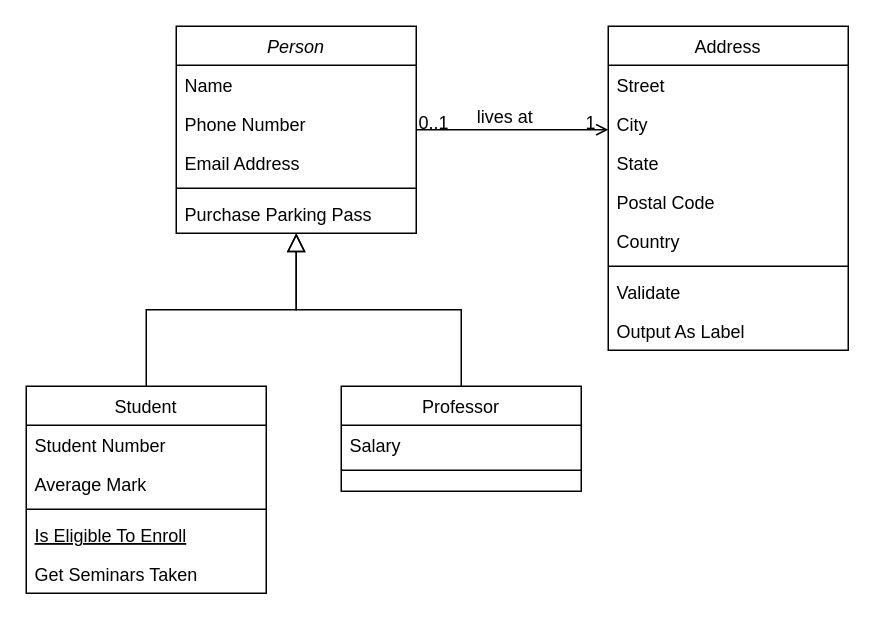
This is Untitled Diagram.drawio from BasharHazbar/Healthcare-Management-System-HCMS, a draw.io file, before an edit. Source tidied: cells renumbered, new cells numbered last; positions are measured from the earlier drawing's top-left corner, leaving out a move shared by most shapes. Both pictures are drawn from the tidied source at 150%, with x=0, y=0 at pixel (26, 26).
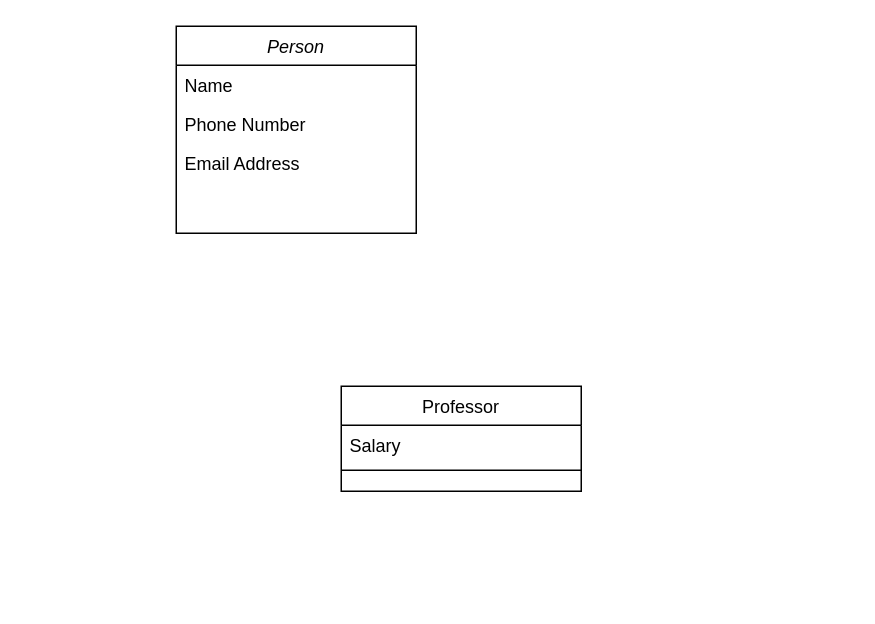
The same diagram, later.

Unchanged cells that the change refers to:
```xml
<mxCell id="2" value="Person" style="swimlane;fontStyle=2;align=center;verticalAlign=top;horizontal=1;startSize=26;rounded=0;shadow=0;strokeWidth=1;" parent="1" vertex="1">
  <mxGeometry x="100" width="160" height="138" as="geometry" />
</mxCell>
<mxCell id="15" value="Professor" style="swimlane;fontStyle=0;align=center;verticalAlign=top;horizontal=1;startSize=26;rounded=0;shadow=0;strokeWidth=1;" parent="1" vertex="1">
  <mxGeometry x="210" y="240" width="160" height="70" as="geometry" />
</mxCell>
```

Change to the diagram source:
```diff
@@
-    <mxCell id="6" style="line;html=1;strokeWidth=1;align=left;verticalAlign=middle;spacingTop=-1;spacingLeft=3;spacingRight=3;labelPosition=right;" parent="2" vertex="1">
-      <mxGeometry y="104" width="160" height="8" as="geometry" />
-    </mxCell>
-    <mxCell id="7" value="Purchase Parking Pass" style="text;align=left;verticalAlign=top;spacingLeft=4;spacingRight=4;overflow=hidden;" parent="2" vertex="1">
-      <mxGeometry y="112" width="160" height="26" as="geometry" />
-    </mxCell>
-    <mxCell id="8" value="Student" style="swimlane;fontStyle=0;align=center;verticalAlign=top;horizontal=1;startSize=26;rounded=0;shadow=0;strokeWidth=1;" parent="1" vertex="1">
-      <mxGeometry y="240" width="160" height="138" as="geometry" />
-    </mxCell>
-    <mxCell id="9" value="Student Number" style="text;align=left;verticalAlign=top;spacingLeft=4;spacingRight=4;overflow=hidden;" parent="8" vertex="1">
-      <mxGeometry y="26" width="160" height="26" as="geometry" />
-    </mxCell>
-    <mxCell id="10" value="Average Mark" style="text;align=left;verticalAlign=top;spacingLeft=4;spacingRight=4;overflow=hidden;rounded=0;shadow=0;html=0;" parent="8" vertex="1">
-      <mxGeometry y="52" width="160" height="26" as="geometry" />
-    </mxCell>
-    <mxCell id="11" style="line;html=1;strokeWidth=1;align=left;verticalAlign=middle;spacingTop=-1;spacingLeft=3;spacingRight=3;labelPosition=right;" parent="8" vertex="1">
-      <mxGeometry y="78" width="160" height="8" as="geometry" />
-    </mxCell>
-    <mxCell id="12" value="Is Eligible To Enroll" style="text;align=left;verticalAlign=top;spacingLeft=4;spacingRight=4;overflow=hidden;fontStyle=4;" parent="8" vertex="1">
-      <mxGeometry y="86" width="160" height="26" as="geometry" />
-    </mxCell>
-    <mxCell id="13" value="Get Seminars Taken" style="text;align=left;verticalAlign=top;spacingLeft=4;spacingRight=4;overflow=hidden;" parent="8" vertex="1">
-      <mxGeometry y="112" width="160" height="26" as="geometry" />
-    </mxCell>
-    <mxCell id="14" style="endArrow=block;endSize=10;endFill=0;shadow=0;strokeWidth=1;rounded=0;curved=0;edgeStyle=elbowEdgeStyle;elbow=vertical;" parent="1" edge="1" source="8" target="2">
-      <mxGeometry relative="1" as="geometry" />
-    </mxCell>
@@
-    <mxCell id="18" style="endArrow=block;endSize=10;endFill=0;shadow=0;strokeWidth=1;rounded=0;curved=0;edgeStyle=elbowEdgeStyle;elbow=vertical;" parent="1" edge="1" source="15" target="2">
-      <mxGeometry relative="1" as="geometry" />
-    </mxCell>
-    <mxCell id="19" value="Address" style="swimlane;fontStyle=0;align=center;verticalAlign=top;horizontal=1;startSize=26;rounded=0;shadow=0;strokeWidth=1;" parent="1" vertex="1">
-      <mxGeometry x="388" width="160" height="216" as="geometry" />
-    </mxCell>
-    <mxCell id="20" value="Street" style="text;align=left;verticalAlign=top;spacingLeft=4;spacingRight=4;overflow=hidden;" parent="19" vertex="1">
-      <mxGeometry y="26" width="160" height="26" as="geometry" />
-    </mxCell>
-    <mxCell id="21" value="City" style="text;align=left;verticalAlign=top;spacingLeft=4;spacingRight=4;overflow=hidden;rounded=0;shadow=0;html=0;" parent="19" vertex="1">
-      <mxGeometry y="52" width="160" height="26" as="geometry" />
-    </mxCell>
-    <mxCell id="22" value="State" style="text;align=left;verticalAlign=top;spacingLeft=4;spacingRight=4;overflow=hidden;rounded=0;shadow=0;html=0;" parent="19" vertex="1">
-      <mxGeometry y="78" width="160" height="26" as="geometry" />
-    </mxCell>
-    <mxCell id="23" value="Postal Code" style="text;align=left;verticalAlign=top;spacingLeft=4;spacingRight=4;overflow=hidden;rounded=0;shadow=0;html=0;" parent="19" vertex="1">
-      <mxGeometry y="104" width="160" height="26" as="geometry" />
-    </mxCell>
-    <mxCell id="24" value="Country" style="text;align=left;verticalAlign=top;spacingLeft=4;spacingRight=4;overflow=hidden;rounded=0;shadow=0;html=0;" parent="19" vertex="1">
-      <mxGeometry y="130" width="160" height="26" as="geometry" />
-    </mxCell>
-    <mxCell id="25" style="line;html=1;strokeWidth=1;align=left;verticalAlign=middle;spacingTop=-1;spacingLeft=3;spacingRight=3;labelPosition=right;" parent="19" vertex="1">
-      <mxGeometry y="156" width="160" height="8" as="geometry" />
-    </mxCell>
-    <mxCell id="26" value="Validate" style="text;align=left;verticalAlign=top;spacingLeft=4;spacingRight=4;overflow=hidden;" parent="19" vertex="1">
-      <mxGeometry y="164" width="160" height="26" as="geometry" />
-    </mxCell>
-    <mxCell id="27" value="Output As Label" style="text;align=left;verticalAlign=top;spacingLeft=4;spacingRight=4;overflow=hidden;" parent="19" vertex="1">
-      <mxGeometry y="190" width="160" height="26" as="geometry" />
-    </mxCell>
-    <mxCell id="28" style="endArrow=open;shadow=0;strokeWidth=1;rounded=0;curved=0;endFill=1;edgeStyle=elbowEdgeStyle;elbow=vertical;" parent="1" edge="1" source="2" target="19">
-      <mxGeometry x="0.5" y="41" relative="1" as="geometry">
-        <mxPoint x="-40" y="32" as="offset" />
-      </mxGeometry>
-    </mxCell>
-    <mxCell id="29" value="0..1" style="align=left;verticalAlign=bottom;labelBackgroundColor=none;fontSize=12;" parent="28" vertex="1">
-      <mxGeometry x="-1" relative="1" as="geometry">
-        <mxPoint y="4" as="offset" />
-      </mxGeometry>
-    </mxCell>
-    <mxCell id="30" value="1" style="align=right;verticalAlign=bottom;labelBackgroundColor=none;fontSize=12;" parent="28" vertex="1">
-      <mxGeometry x="1" relative="1" as="geometry">
-        <mxPoint x="-7" y="4" as="offset" />
-      </mxGeometry>
-    </mxCell>
-    <mxCell id="31" value="lives at" style="text;html=1;align=center;verticalAlign=middle;labelBackgroundColor=none;rounded=0;shadow=0;strokeWidth=1;fontSize=12;" parent="28" vertex="1">
-      <mxGeometry x="0.5" y="49" relative="1" as="geometry">
-        <mxPoint x="-38" y="40" as="offset" />
-      </mxGeometry>
-    </mxCell>
```
